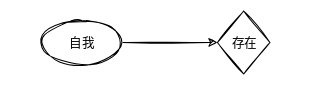
Earlier version of the draw.io export 笔记/工具/通用概念/Untitled Diagram.svg (Echo-Yanglulu/obsidianPrivateNote). Source tidied: cells renumbered, new cells last; positions are measured from the earlier drawing's top-left corner, leaving out a move shared by most shapes.
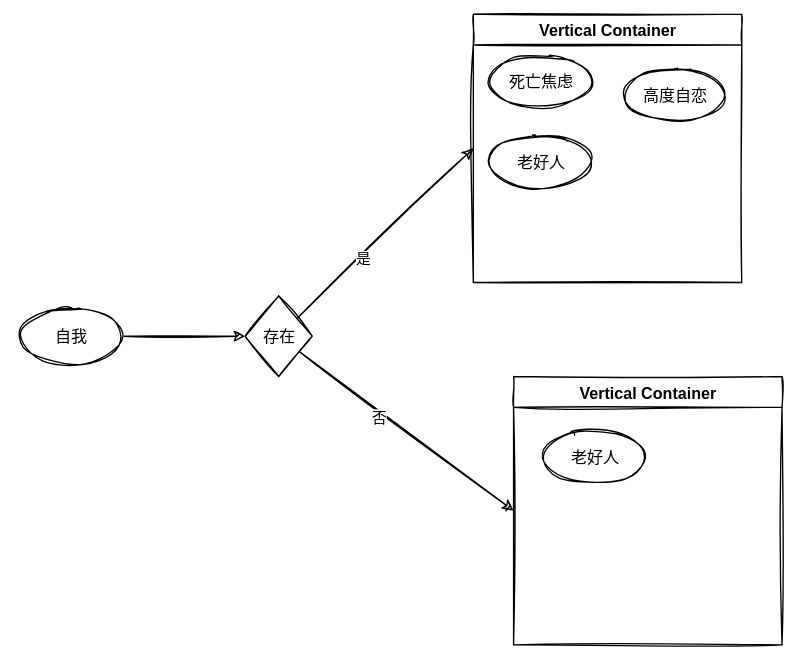
Above is the later version.

What changed in the source:
```diff
@@ -8,8 +8,38 @@
     <mxCell id="3" value="自我" style="ellipse;whiteSpace=wrap;html=1;" parent="1" vertex="1">
       <mxGeometry y="10" width="80" height="40" as="geometry" />
     </mxCell>
+    <mxCell id="5" style="edgeStyle=none;html=1;entryX=0;entryY=0.5;entryDx=0;entryDy=0;" parent="1" edge="1" source="4" target="9">
+      <mxGeometry relative="1" as="geometry" />
+    </mxCell>
+    <mxCell id="6" value="是" style="edgeLabel;html=1;align=center;verticalAlign=middle;" parent="5" vertex="1">
+      <mxGeometry x="-0.28" y="-1" relative="1" as="geometry" />
+    </mxCell>
+    <mxCell id="7" style="edgeStyle=none;html=1;entryX=0;entryY=0.5;entryDx=0;entryDy=0;" parent="1" edge="1" source="4" target="13">
+      <mxGeometry relative="1" as="geometry" />
+    </mxCell>
+    <mxCell id="8" value="否" style="edgeLabel;html=1;align=center;verticalAlign=middle;" parent="7" vertex="1">
+      <mxGeometry x="-0.24" y="-4" relative="1" as="geometry" />
+    </mxCell>
     <mxCell id="4" value="存在" style="rhombus;whiteSpace=wrap;html=1;" parent="1" vertex="1">
       <mxGeometry x="170" width="50" height="60" as="geometry" />
     </mxCell>
+    <mxCell id="9" value="Vertical Container" style="swimlane;" parent="1" vertex="1">
+      <mxGeometry x="340" y="-210" width="200" height="200" as="geometry" />
+    </mxCell>
+    <mxCell id="10" value="死亡焦虑" style="ellipse;whiteSpace=wrap;html=1;" parent="9" vertex="1">
+      <mxGeometry x="10" y="30" width="80" height="40" as="geometry" />
+    </mxCell>
+    <mxCell id="11" value="高度自恋" style="ellipse;whiteSpace=wrap;html=1;" parent="9" vertex="1">
+      <mxGeometry x="110" y="40" width="80" height="40" as="geometry" />
+    </mxCell>
+    <mxCell id="12" value="老好人" style="ellipse;whiteSpace=wrap;html=1;" parent="9" vertex="1">
+      <mxGeometry x="10" y="90" width="80" height="40" as="geometry" />
+    </mxCell>
+    <mxCell id="13" value="Vertical Container" style="swimlane;" parent="1" vertex="1">
+      <mxGeometry x="370" y="60" width="200" height="200" as="geometry" />
+    </mxCell>
+    <mxCell id="14" value="老好人" style="ellipse;whiteSpace=wrap;html=1;" parent="13" vertex="1">
+      <mxGeometry x="20" y="40" width="80" height="40" as="geometry" />
+    </mxCell>
   </root>
 </mxGraphModel>
```
